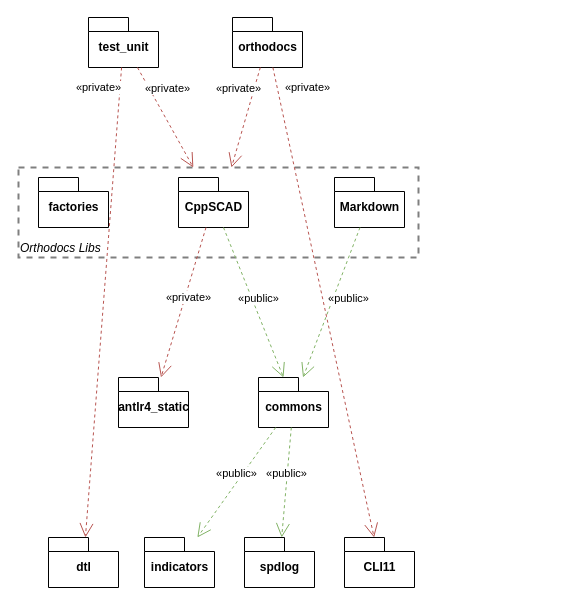
ggabbiani/orthodocs keeps this draw.io diagram as page "targets" (6 of 7) of docs/process.drawio. Above is the earlier version. Source tidied: cells renumbered, new cells numbered last; positions are measured from the earlier drawing's top-left corner, leaving out a move shared by most shapes. Both pictures are drawn from the tidied source at 100%, with x=0, y=0 at pixel (18, 17).
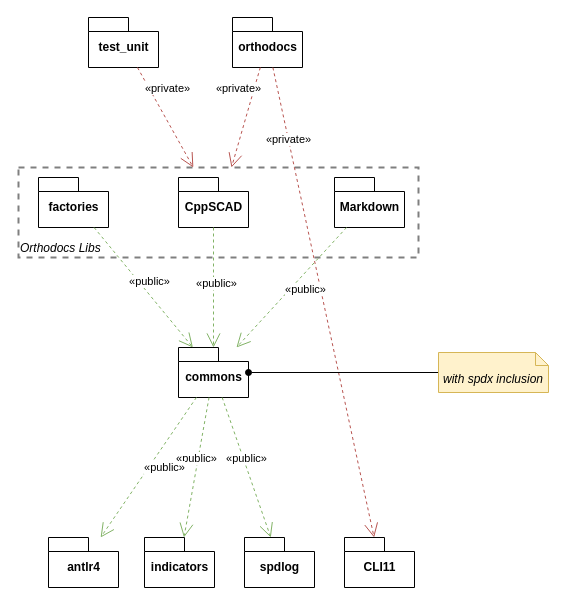
The same diagram, later.

The change refers to these unchanged cells:
```xml
<mxCell id="3" value="factories" style="shape=folder;fontStyle=1;spacingTop=10;tabWidth=40;tabHeight=14;tabPosition=left;html=1;" parent="2" vertex="1">
  <mxGeometry x="20" y="10" width="70" height="50" as="geometry" />
</mxCell>
<mxCell id="4" value="CppSCAD" style="shape=folder;fontStyle=1;spacingTop=10;tabWidth=40;tabHeight=14;tabPosition=left;html=1;" parent="2" vertex="1">
  <mxGeometry x="160" y="10" width="70" height="50" as="geometry" />
</mxCell>
<mxCell id="7" value="orthodocs" style="shape=folder;fontStyle=1;spacingTop=10;tabWidth=40;tabHeight=14;tabPosition=left;html=1;" parent="1" vertex="1">
  <mxGeometry x="214" width="70" height="50" as="geometry" />
</mxCell>
<mxCell id="11" value="CLI11" style="shape=folder;fontStyle=1;spacingTop=10;tabWidth=40;tabHeight=14;tabPosition=left;html=1;" parent="1" vertex="1">
  <mxGeometry x="326" y="520" width="70" height="50" as="geometry" />
</mxCell>
<mxCell id="12" value="test_unit" style="shape=folder;fontStyle=1;spacingTop=10;tabWidth=40;tabHeight=14;tabPosition=left;html=1;" parent="1" vertex="1">
  <mxGeometry x="70" width="70" height="50" as="geometry" />
</mxCell>
```

Diff of the diagram source:
```diff
@@
     <mxCell id="6" value="commons" style="shape=folder;fontStyle=1;spacingTop=10;tabWidth=40;tabHeight=14;tabPosition=left;html=1;" parent="1" vertex="1">
-      <mxGeometry x="240" y="360" width="70" height="50" as="geometry" />
+      <mxGeometry x="160" y="330" width="70" height="50" as="geometry" />
     </mxCell>
@@
-    <mxCell id="10" value="antlr4_static" style="shape=folder;fontStyle=1;spacingTop=10;tabWidth=40;tabHeight=14;tabPosition=left;html=1;" parent="1" vertex="1">
-      <mxGeometry x="100" y="360" width="70" height="50" as="geometry" />
+    <mxCell id="10" value="antlr4" style="shape=folder;fontStyle=1;spacingTop=10;tabWidth=40;tabHeight=14;tabPosition=left;html=1;" parent="1" vertex="1">
+      <mxGeometry x="30" y="520" width="70" height="50" as="geometry" />
     </mxCell>
@@
-    <mxCell id="13" value="dtl" style="shape=folder;fontStyle=1;spacingTop=10;tabWidth=40;tabHeight=14;tabPosition=left;html=1;" parent="1" vertex="1">
-      <mxGeometry x="30" y="520" width="70" height="50" as="geometry" />
-    </mxCell>
     <mxCell id="14" value="«private»" style="edgeStyle=none;html=1;endArrow=open;endSize=12;dashed=1;verticalAlign=bottom;rounded=0;fillColor=#f8cecc;strokeColor=#b85450;" parent="1" edge="1" source="7" target="11">
-      <mxGeometry x="-0.85" y="29" relative="1" as="geometry">
-        <mxPoint x="-1" as="offset" />
-      </mxGeometry>
+      <mxGeometry x="-0.66" y="-2" relative="1" as="geometry" />
     </mxCell>
@@
-    <mxCell id="17" value="«private»" style="edgeStyle=none;html=1;endArrow=open;endSize=12;dashed=1;verticalAlign=bottom;rounded=0;fillColor=#f8cecc;strokeColor=#b85450;" parent="1" edge="1" source="12" target="13">
-      <mxGeometry x="-0.87" y="-21" relative="1" as="geometry" />
-    </mxCell>
-    <mxCell id="18" value="«private»" style="edgeStyle=none;html=1;endArrow=open;endSize=12;dashed=1;verticalAlign=bottom;rounded=0;fillColor=#f8cecc;strokeColor=#b85450;" parent="1" edge="1" source="4" target="10">
-      <mxGeometry x="0.04" y="6" relative="1" as="geometry" />
-    </mxCell>
@@
+    <mxCell id="23" value="«public»" style="edgeStyle=none;html=1;endArrow=open;endSize=12;dashed=1;verticalAlign=bottom;rounded=0;fillColor=#d5e8d4;strokeColor=#82b366;" parent="1" edge="1" source="3" target="6">
+      <mxGeometry x="0.08" y="3" relative="1" as="geometry" />
+    </mxCell>
+    <mxCell id="24" value="«public»" style="edgeStyle=none;html=1;endArrow=open;endSize=12;dashed=1;verticalAlign=bottom;rounded=0;fillColor=#d5e8d4;strokeColor=#82b366;" parent="1" edge="1" source="6" target="10">
+      <mxGeometry x="-0.02" y="18" relative="1" as="geometry" />
+    </mxCell>
+    <mxCell id="25" style="rounded=0;jettySize=auto;html=1;endArrow=oval;endFill=1;" parent="1" edge="1" source="26" target="6">
+      <mxGeometry relative="1" as="geometry" />
+    </mxCell>
+    <mxCell id="26" value="with spdx inclusion" style="shape=note2;boundedLbl=1;whiteSpace=wrap;html=1;size=13;verticalAlign=top;align=center;fillColor=#fff2cc;strokeColor=#d6b656;fontStyle=2;" parent="1" vertex="1">
+      <mxGeometry x="420" y="335" width="110" height="40" as="geometry" />
+    </mxCell>
```
